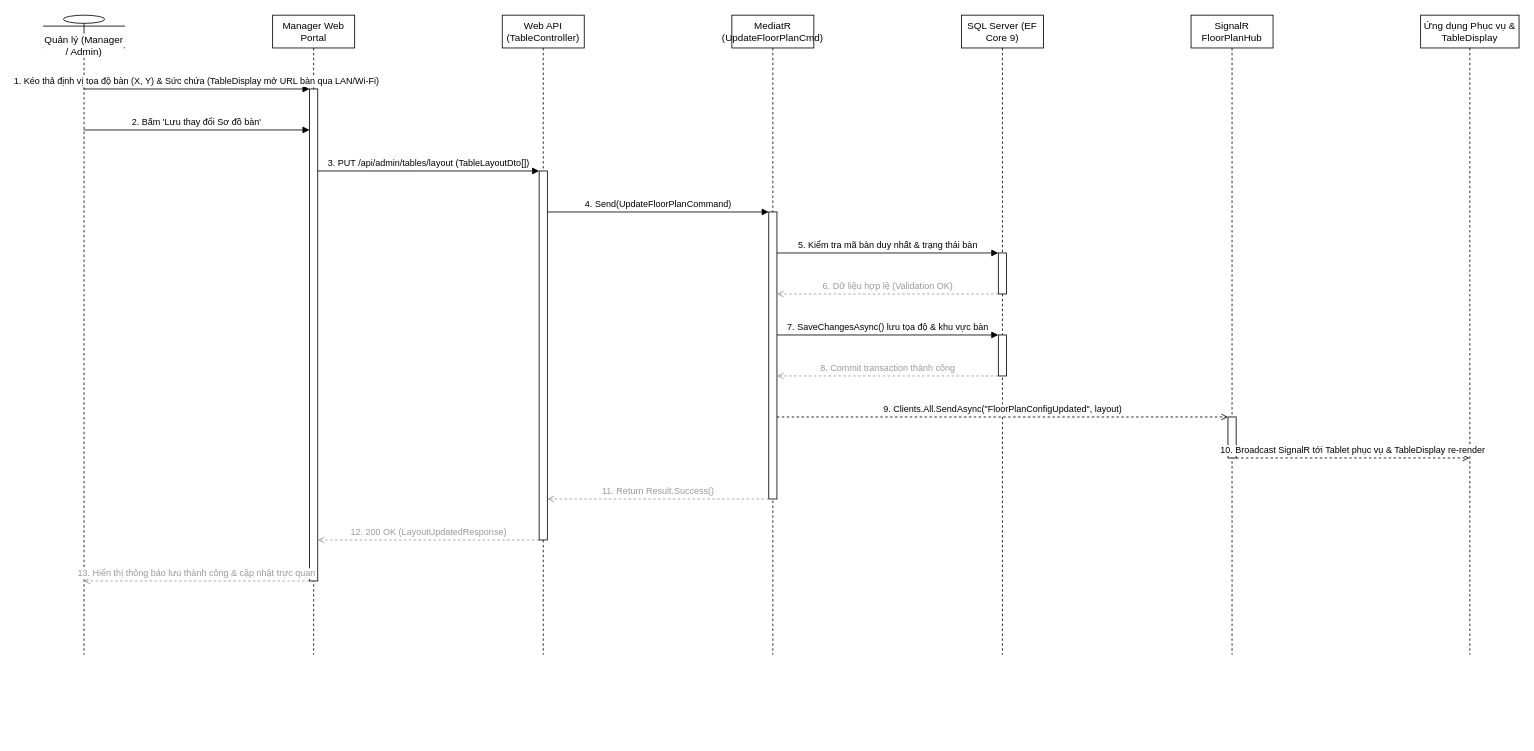
Above: docs/phase1/drawio/sd08_floor_plan.drawio in AndrewQng/VinDining (draw.io), before the change. Source tidied: cells renumbered, new cells numbered last; positions are measured from the earlier drawing's top-left corner, leaving out a move shared by most shapes. Both pictures are drawn from the tidied source at 82%, with x=0, y=0 at pixel (43, 15).
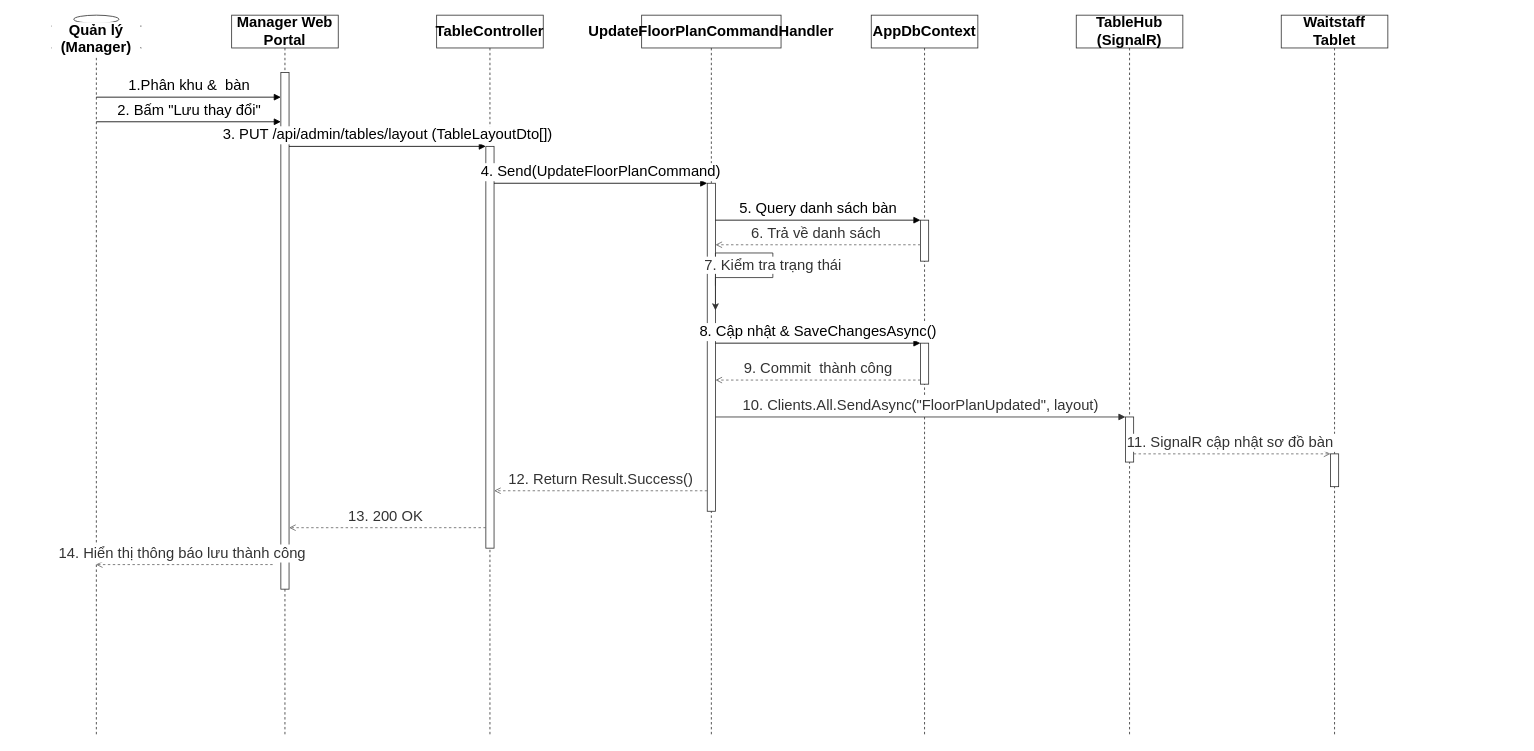
The same diagram, later.

Diff of the diagram source:
```diff
@@
-    <mxCell id="2" value="Quản lý (Manager / Admin)" style="shape=umlLifeline;perimeter=lifelinePerimeter;whiteSpace=wrap;html=1;outlineConnect=0;portConstraint=eastwest;size=40;participant=umlActor;verticalAlign=bottom;spacingBottom=-14;labelBackgroundColor=#ffffff;" parent="1" vertex="1">
-      <mxGeometry width="100" height="780" as="geometry" />
+    <mxCell id="2" value="Quản lý (Manager)" style="shape=umlLifeline;perimeter=lifelinePerimeter;whiteSpace=wrap;html=1;outlineConnect=0;portConstraint=eastwest;size=40;participant=umlActor;verticalAlign=bottom;spacingBottom=-14;labelBackgroundColor=#ffffff;fontSize=18;fontStyle=1;strokeColor=#333333;" parent="1" vertex="1">
+      <mxGeometry x="10" width="110" height="880" as="geometry" />
     </mxCell>
-    <mxCell id="3" value="Manager Web Portal" style="shape=umlLifeline;perimeter=lifelinePerimeter;whiteSpace=wrap;html=1;size=40;" parent="1" vertex="1">
-      <mxGeometry x="280" width="100" height="780" as="geometry" />
+    <mxCell id="3" value="Manager Web Portal" style="shape=umlLifeline;perimeter=lifelinePerimeter;whiteSpace=wrap;html=1;size=40;fontSize=18;fontStyle=1;fillColor=#ffffff;strokeColor=#333333;" parent="1" vertex="1">
+      <mxGeometry x="230" width="130" height="880" as="geometry" />
     </mxCell>
-    <mxCell id="4" value="Web API (TableController)" style="shape=umlLifeline;perimeter=lifelinePerimeter;whiteSpace=wrap;html=1;size=40;" parent="1" vertex="1">
-      <mxGeometry x="560" width="100" height="780" as="geometry" />
-    </mxCell>
-    <mxCell id="5" value="MediatR (UpdateFloorPlanCmd)" style="shape=umlLifeline;perimeter=lifelinePerimeter;whiteSpace=wrap;html=1;size=40;" parent="1" vertex="1">
-      <mxGeometry x="840" width="100" height="780" as="geometry" />
-    </mxCell>
+    <mxCell id="28" style="html=1;points=[];perimeter=orthogonalPerimeter;outlineConnect=0;fillColor=#ffffff;strokeColor=#333333;fontSize=18;" parent="3" vertex="1">
+      <mxGeometry x="60" y="70" width="10" height="630" as="geometry" />
+    </mxCell>
+    <mxCell id="29" value="TableController" style="shape=umlLifeline;perimeter=lifelinePerimeter;whiteSpace=wrap;html=1;size=40;fontSize=18;fontStyle=1;fillColor=#ffffff;strokeColor=#333333;" parent="1" vertex="1">
+      <mxGeometry x="480" width="130" height="880" as="geometry" />
+    </mxCell>
+    <mxCell id="30" style="html=1;points=[];perimeter=orthogonalPerimeter;outlineConnect=0;fillColor=#ffffff;strokeColor=#333333;fontSize=18;" parent="29" vertex="1">
+      <mxGeometry x="60" y="160" width="10" height="490" as="geometry" />
+    </mxCell>
+    <mxCell id="31" value="UpdateFloorPlanCommandHandler" style="shape=umlLifeline;perimeter=lifelinePerimeter;whiteSpace=wrap;html=1;size=40;fontSize=18;fontStyle=1;fillColor=#ffffff;strokeColor=#333333;" parent="1" vertex="1">
+      <mxGeometry x="730" width="170" height="880" as="geometry" />
+    </mxCell>
+    <mxCell id="32" style="html=1;points=[];perimeter=orthogonalPerimeter;outlineConnect=0;fillColor=#ffffff;strokeColor=#333333;fontSize=18;" parent="31" vertex="1">
+      <mxGeometry x="80" y="205" width="10" height="400" as="geometry" />
+    </mxCell>
-    <mxCell id="6" value="SQL Server (EF Core 9)" style="shape=umlLifeline;perimeter=lifelinePerimeter;whiteSpace=wrap;html=1;size=40;" parent="1" vertex="1">
-      <mxGeometry x="1120" width="100" height="780" as="geometry" />
+    <mxCell id="6" value="AppDbContext" style="shape=umlLifeline;perimeter=lifelinePerimeter;whiteSpace=wrap;html=1;size=40;fontSize=18;fontStyle=1;fillColor=#ffffff;strokeColor=#333333;" parent="1" vertex="1">
+      <mxGeometry x="1010" width="130" height="880" as="geometry" />
     </mxCell>
+    <mxCell id="33" style="html=1;points=[];perimeter=orthogonalPerimeter;outlineConnect=0;fillColor=#ffffff;strokeColor=#333333;fontSize=18;" parent="6" vertex="1">
+      <mxGeometry x="60" y="250" width="10" height="50" as="geometry" />
+    </mxCell>
+    <mxCell id="34" style="html=1;points=[];perimeter=orthogonalPerimeter;outlineConnect=0;fillColor=#ffffff;strokeColor=#333333;fontSize=18;" parent="6" vertex="1">
+      <mxGeometry x="60" y="400" width="10" height="50" as="geometry" />
+    </mxCell>
-    <mxCell id="7" value="SignalR FloorPlanHub" style="shape=umlLifeline;perimeter=lifelinePerimeter;whiteSpace=wrap;html=1;size=40;" parent="1" vertex="1">
-      <mxGeometry x="1400" width="100" height="780" as="geometry" />
+    <mxCell id="7" value="TableHub (SignalR)" style="shape=umlLifeline;perimeter=lifelinePerimeter;whiteSpace=wrap;html=1;size=40;fontSize=18;fontStyle=1;fillColor=#ffffff;strokeColor=#333333;" parent="1" vertex="1">
+      <mxGeometry x="1260" width="130" height="880" as="geometry" />
     </mxCell>
-    <mxCell id="8" value="Ứng dụng Phục vụ &amp; TableDisplay" style="shape=umlLifeline;perimeter=lifelinePerimeter;whiteSpace=wrap;html=1;outlineConnect=0;portConstraint=eastwest;size=40;" parent="1" vertex="1">
-      <mxGeometry x="1680" width="120" height="780" as="geometry" />
-    </mxCell>
-    <mxCell id="9" style="html=1;points=[];perimeter=orthogonalPerimeter;outlineConnect=0;fillColor=#ffffff;" parent="6" vertex="1">
-      <mxGeometry x="45" y="290" width="10" height="50" as="geometry" />
-    </mxCell>
-    <mxCell id="10" style="html=1;points=[];perimeter=orthogonalPerimeter;outlineConnect=0;fillColor=#ffffff;" parent="6" vertex="1">
-      <mxGeometry x="45" y="390" width="10" height="50" as="geometry" />
-    </mxCell>
-    <mxCell id="11" style="html=1;points=[];perimeter=orthogonalPerimeter;outlineConnect=0;fillColor=#ffffff;" parent="7" vertex="1">
-      <mxGeometry x="45" y="490" width="10" height="50" as="geometry" />
-    </mxCell>
-    <mxCell id="12" style="html=1;points=[];perimeter=orthogonalPerimeter;outlineConnect=0;fillColor=#ffffff;" parent="5" vertex="1">
-      <mxGeometry x="45" y="240" width="10" height="350" as="geometry" />
-    </mxCell>
-    <mxCell id="13" style="html=1;points=[];perimeter=orthogonalPerimeter;outlineConnect=0;fillColor=#ffffff;" parent="4" vertex="1">
-      <mxGeometry x="45" y="190" width="10" height="450" as="geometry" />
-    </mxCell>
-    <mxCell id="14" style="html=1;points=[];perimeter=orthogonalPerimeter;outlineConnect=0;fillColor=#ffffff;" parent="3" vertex="1">
-      <mxGeometry x="45" y="90" width="10" height="600" as="geometry" />
-    </mxCell>
+    <mxCell id="35" style="html=1;points=[];perimeter=orthogonalPerimeter;outlineConnect=0;fillColor=#ffffff;strokeColor=#333333;fontSize=18;" parent="7" vertex="1">
+      <mxGeometry x="60" y="490" width="10" height="55" as="geometry" />
+    </mxCell>
+    <mxCell id="36" value="Waitstaff Tablet" style="shape=umlLifeline;perimeter=lifelinePerimeter;whiteSpace=wrap;html=1;size=40;fontSize=18;fontStyle=1;fillColor=#ffffff;strokeColor=#333333;" parent="1" vertex="1">
+      <mxGeometry x="1510" width="130" height="880" as="geometry" />
+    </mxCell>
+    <mxCell id="37" style="html=1;points=[];perimeter=orthogonalPerimeter;outlineConnect=0;fillColor=#ffffff;strokeColor=#333333;fontSize=18;" parent="36" vertex="1">
+      <mxGeometry x="60" y="535" width="10" height="40" as="geometry" />
+    </mxCell>
-    <mxCell id="15" value="1. Kéo thả định vị tọa độ bàn (X, Y) &amp; Sức chứa (TableDisplay mở URL bàn qua LAN/Wi-Fi)" style="html=1;verticalAlign=bottom;endArrow=block;curved=0;rounded=0;exitX=0.5;exitY=0.1154;entryX=0;entryY=0.0;" parent="1" edge="1" source="2" target="14">
-      <mxGeometry relative="1" as="geometry" />
+    <mxCell id="15" value="1.Phân khu &amp;amp;&amp;nbsp; bàn" style="html=1;verticalAlign=bottom;endArrow=block;curved=0;rounded=0;exitX=0.5;exitY=0.0795;entryX=0;entryY=0.0000;fontSize=18;" parent="1" edge="1">
+      <mxGeometry relative="1" as="geometry">
+        <mxPoint x="64.9" y="100" as="sourcePoint" />
+        <mxPoint x="290" y="100" as="targetPoint" />
+      </mxGeometry>
     </mxCell>
-    <mxCell id="16" value="2. Bấm 'Lưu thay đổi Sơ đồ bàn'" style="html=1;verticalAlign=bottom;endArrow=block;curved=0;rounded=0;exitX=0.5;exitY=0.1795;entryX=0;entryY=0.0833;" parent="1" edge="1" source="2" target="14">
-      <mxGeometry relative="1" as="geometry" />
+    <mxCell id="16" value="2. Bấm &quot;Lưu thay đổi&quot;" style="html=1;verticalAlign=bottom;endArrow=block;curved=0;rounded=0;exitX=0.5;exitY=0.1307;entryX=0;entryY=0.0714;fontSize=18;" parent="1" edge="1">
+      <mxGeometry relative="1" as="geometry">
+        <mxPoint x="64.9" y="130" as="sourcePoint" />
+        <mxPoint x="290" y="130" as="targetPoint" />
+      </mxGeometry>
     </mxCell>
-    <mxCell id="17" value="3. PUT /api/admin/tables/layout (TableLayoutDto[])" style="html=1;verticalAlign=bottom;endArrow=block;curved=0;rounded=0;exitX=1;exitY=0.1667;entryX=0;entryY=0.0;" parent="1" edge="1" source="14" target="13">
+    <mxCell id="17" value="3. PUT /api/admin/tables/layout (TableLayoutDto[])" style="html=1;verticalAlign=bottom;endArrow=block;curved=0;rounded=0;exitX=1;exitY=0.1429;entryX=0;entryY=0.0000;fontSize=18;" parent="1" edge="1" source="28" target="30">
       <mxGeometry relative="1" as="geometry" />
     </mxCell>
-    <mxCell id="18" value="4. Send(UpdateFloorPlanCommand)" style="html=1;verticalAlign=bottom;endArrow=block;curved=0;rounded=0;exitX=1;exitY=0.1111;entryX=0;entryY=0.0;" parent="1" edge="1" source="13" target="12">
+    <mxCell id="18" value="4. Send(UpdateFloorPlanCommand)" style="html=1;verticalAlign=bottom;endArrow=block;curved=0;rounded=0;exitX=1;exitY=0.0918;entryX=0;entryY=0.0000;fontSize=18;" parent="1" edge="1" source="30" target="32">
       <mxGeometry relative="1" as="geometry" />
     </mxCell>
-    <mxCell id="19" value="5. Kiểm tra mã bàn duy nhất &amp; trạng thái bàn" style="html=1;verticalAlign=bottom;endArrow=block;curved=0;rounded=0;exitX=1;exitY=0.1429;entryX=0;entryY=0.0;" parent="1" edge="1" source="12" target="9">
+    <mxCell id="19" value="5. Query danh sách bàn" style="html=1;verticalAlign=bottom;endArrow=block;curved=0;rounded=0;exitX=1;exitY=0.1125;entryX=0;entryY=0.0000;fontSize=18;" parent="1" edge="1" source="32" target="33">
       <mxGeometry relative="1" as="geometry" />
     </mxCell>
-    <mxCell id="20" value="6. Dữ liệu hợp lệ (Validation OK)" style="html=1;verticalAlign=bottom;endArrow=open;dashed=1;curved=0;rounded=0;strokeColor=#999999;fontColor=#999999;exitX=0;exitY=1.0;entryX=1;entryY=0.2857;" parent="1" edge="1" source="9" target="12">
-      <mxGeometry relative="1" as="geometry" />
+    <mxCell id="20" value="6. Trả về danh sách&amp;nbsp;" style="html=1;verticalAlign=bottom;endArrow=open;dashed=1;curved=0;rounded=0;strokeColor=#666666;fontColor=#333333;exitX=0;exitY=0.9000;entryX=1;entryY=0.2250;fontSize=18;" parent="1" edge="1">
+      <mxGeometry relative="1" as="geometry">
+        <mxPoint x="1070" y="280" as="sourcePoint" />
+        <mxPoint x="820" y="280" as="targetPoint" />
+      </mxGeometry>
     </mxCell>
-    <mxCell id="21" value="7. SaveChangesAsync() lưu tọa độ &amp; khu vực bàn" style="html=1;verticalAlign=bottom;endArrow=block;curved=0;rounded=0;exitX=1;exitY=0.4286;entryX=0;entryY=0.0;" parent="1" edge="1" source="12" target="10">
-      <mxGeometry relative="1" as="geometry" />
+    <mxCell id="21" value="7. Kiểm tra trạng thái" style="edgeStyle=orthogonalEdgeStyle;curved=0;rounded=0;html=1;exitX=1;exitY=0.3125;entryX=1;entryY=0.3875;strokeColor=#333333;fontColor=#333333;fontSize=18;" parent="1" edge="1" source="32" target="32">
+      <mxGeometry relative="1" as="geometry">
+        <Array as="points">
+          <mxPoint x="890" y="290" />
+          <mxPoint x="890" y="320" />
+        </Array>
+      </mxGeometry>
     </mxCell>
-    <mxCell id="22" value="8. Commit transaction thành công" style="html=1;verticalAlign=bottom;endArrow=open;dashed=1;curved=0;rounded=0;strokeColor=#999999;fontColor=#999999;exitX=0;exitY=1.0;entryX=1;entryY=0.5714;" parent="1" edge="1" source="10" target="12">
+    <mxCell id="22" value="8. Cập nhật &amp;amp; SaveChangesAsync()" style="html=1;verticalAlign=bottom;endArrow=block;curved=0;rounded=0;exitX=1;exitY=0.4875;entryX=0;entryY=0.0000;fontSize=18;" parent="1" edge="1" source="32" target="34">
       <mxGeometry relative="1" as="geometry" />
     </mxCell>
-    <mxCell id="23" value="9. Clients.All.SendAsync(&quot;FloorPlanConfigUpdated&quot;, layout)" style="html=1;verticalAlign=bottom;endArrow=open;dashed=1;curved=0;rounded=0;exitX=1;exitY=0.7143;entryX=0;entryY=0.0;" parent="1" edge="1" source="12" target="11">
+    <mxCell id="23" value="9. Commit&amp;nbsp; thành công" style="html=1;verticalAlign=bottom;endArrow=open;dashed=1;curved=0;rounded=0;strokeColor=#666666;fontColor=#333333;exitX=0;exitY=0.9000;entryX=1;entryY=0.6000;fontSize=18;" parent="1" edge="1" source="34" target="32">
       <mxGeometry relative="1" as="geometry" />
     </mxCell>
-    <mxCell id="24" value="10. Broadcast SignalR tới Tablet phục vụ &amp; TableDisplay re-render" style="html=1;verticalAlign=bottom;endArrow=open;dashed=1;curved=0;rounded=0;exitX=1;exitY=1.0;entryX=0.5;entryY=0.6923;" parent="1" edge="1" source="11" target="8">
+    <mxCell id="24" value="10. Clients.All.SendAsync(&quot;FloorPlanUpdated&quot;, layout)" style="html=1;verticalAlign=bottom;endArrow=block;curved=0;rounded=0;strokeColor=#333333;fontColor=#333333;exitX=1;exitY=0.7125;entryX=0;entryY=0.0000;fontSize=18;" parent="1" edge="1" source="32" target="35">
       <mxGeometry relative="1" as="geometry" />
     </mxCell>
-    <mxCell id="25" value="11. Return Result.Success()" style="html=1;verticalAlign=bottom;endArrow=open;dashed=1;curved=0;rounded=0;strokeColor=#999999;fontColor=#999999;exitX=0;exitY=1.0;entryX=1;entryY=0.8889;" parent="1" edge="1" source="12" target="13">
+    <mxCell id="25" value="11. SignalR cập nhật sơ đồ bàn&amp;nbsp;" style="html=1;verticalAlign=bottom;endArrow=open;dashed=1;curved=0;rounded=0;strokeColor=#666666;fontColor=#333333;exitX=1;exitY=0.8182;entryX=0;entryY=0.0000;fontSize=18;" parent="1" edge="1" source="35" target="37">
       <mxGeometry relative="1" as="geometry" />
     </mxCell>
-    <mxCell id="26" value="12. 200 OK (LayoutUpdatedResponse)" style="html=1;verticalAlign=bottom;endArrow=open;dashed=1;curved=0;rounded=0;strokeColor=#999999;fontColor=#999999;exitX=0;exitY=1.0;entryX=1;entryY=0.9167;" parent="1" edge="1" source="13" target="14">
+    <mxCell id="26" value="12. Return Result.Success()" style="html=1;verticalAlign=bottom;endArrow=open;dashed=1;curved=0;rounded=0;strokeColor=#666666;fontColor=#333333;exitX=0;exitY=0.9375;entryX=1;entryY=0.8571;fontSize=18;" parent="1" edge="1" source="32" target="30">
       <mxGeometry relative="1" as="geometry" />
     </mxCell>
-    <mxCell id="27" value="13. Hiển thị thông báo lưu thành công &amp; cập nhật trực quan" style="html=1;verticalAlign=bottom;endArrow=open;dashed=1;curved=0;rounded=0;strokeColor=#999999;fontColor=#999999;exitX=0;exitY=1.0;entryX=0.5;entryY=0.8846;" parent="1" edge="1" source="14" target="2">
+    <mxCell id="27" value="13. 200 OK&amp;nbsp;" style="html=1;verticalAlign=bottom;endArrow=open;dashed=1;curved=0;rounded=0;strokeColor=#666666;fontColor=#333333;exitX=0;exitY=0.9490;entryX=1;entryY=0.8810;fontSize=18;" parent="1" edge="1" source="30" target="28">
       <mxGeometry relative="1" as="geometry" />
     </mxCell>
+    <mxCell id="38" value="14. Hiển thị thông báo lưu thành công&amp;nbsp;" style="html=1;verticalAlign=bottom;endArrow=open;dashed=1;curved=0;rounded=0;strokeColor=#666666;fontColor=#333333;entryX=0.5;entryY=0.7614;fontSize=18;" parent="1" edge="1" target="2">
+      <mxGeometry relative="1" as="geometry">
+        <mxPoint x="280" y="670" as="sourcePoint" />
+      </mxGeometry>
+    </mxCell>
```
